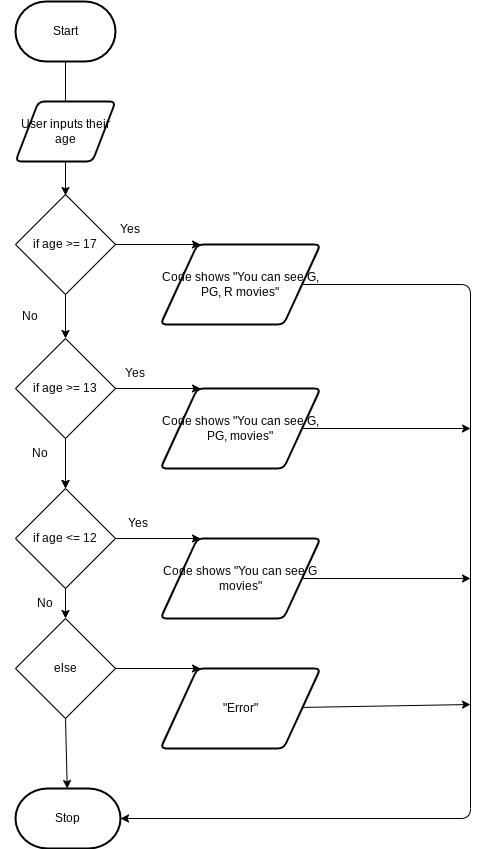
ashley-monaghan/ICS2OR-Unit-05-03 keeps this draw.io diagram as design/flow-chart.png. Above is the earlier version. Source tidied: cells renumbered, new cells last; positions are measured from the earlier drawing's top-left corner, leaving out a move shared by most shapes.
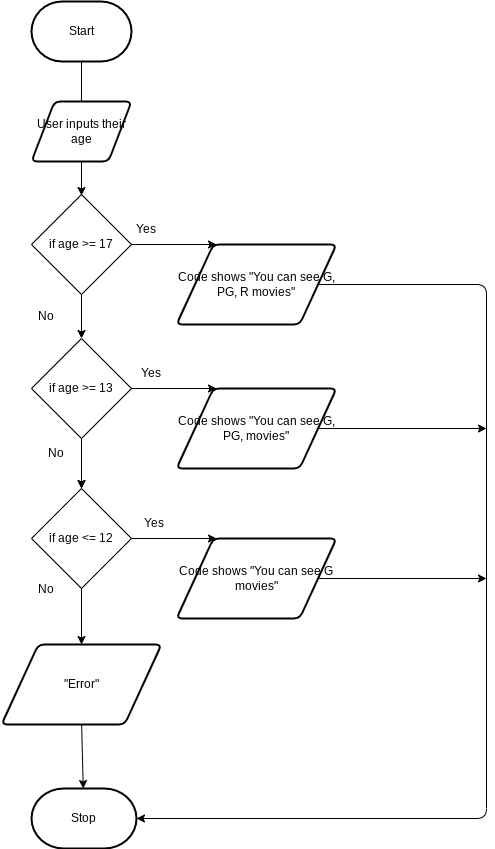
Later version of the same file.

The edit, as a diff of the source:
```diff
@@ -82,21 +82,10 @@
         <mxPoint x="65" y="457" as="sourcePoint" />
       </mxGeometry>
     </mxCell>
-    <mxCell id="23" style="edgeStyle=none;html=1;entryX=0.25;entryY=0;entryDx=0;entryDy=0;" parent="1" edge="1" source="24" target="26">
-      <mxGeometry relative="1" as="geometry" />
-    </mxCell>
-    <mxCell id="24" value="else" style="rhombus;whiteSpace=wrap;html=1;" parent="1" vertex="1">
-      <mxGeometry x="15" y="617" width="100" height="100" as="geometry" />
-    </mxCell>
-    <mxCell id="25" style="edgeStyle=none;html=1;" parent="1" edge="1" source="26">
-      <mxGeometry relative="1" as="geometry">
-        <mxPoint x="470" y="703" as="targetPoint" />
-      </mxGeometry>
-    </mxCell>
     <mxCell id="26" value="&quot;Error&quot;" style="shape=parallelogram;html=1;strokeWidth=2;perimeter=parallelogramPerimeter;whiteSpace=wrap;rounded=1;arcSize=12;size=0.23;" parent="1" vertex="1">
-      <mxGeometry x="160" y="667" width="160" height="80" as="geometry" />
+      <mxGeometry x="-15" y="643" width="160" height="80" as="geometry" />
     </mxCell>
-    <mxCell id="27" style="edgeStyle=none;html=1;entryX=0.5;entryY=0;entryDx=0;entryDy=0;" parent="1" edge="1" target="24">
+    <mxCell id="27" style="edgeStyle=none;html=1;entryX=0.5;entryY=0;entryDx=0;entryDy=0;" parent="1" edge="1" target="26">
       <mxGeometry relative="1" as="geometry">
         <mxPoint x="65" y="587" as="sourcePoint" />
       </mxGeometry>
@@ -114,7 +103,7 @@
       <mxGeometry x="10" y="437" width="60" height="30" as="geometry" />
     </mxCell>
     <mxCell id="32" value="No" style="text;html=1;strokeColor=none;fillColor=none;align=center;verticalAlign=middle;whiteSpace=wrap;rounded=0;" parent="1" vertex="1">
-      <mxGeometry x="15" y="587" width="60" height="30" as="geometry" />
+      <mxGeometry y="573" width="60" height="30" as="geometry" />
     </mxCell>
     <mxCell id="33" value="No" style="text;html=1;strokeColor=none;fillColor=none;align=center;verticalAlign=middle;whiteSpace=wrap;rounded=0;" parent="1" vertex="1">
       <mxGeometry y="293" width="60" height="44" as="geometry" />
```
